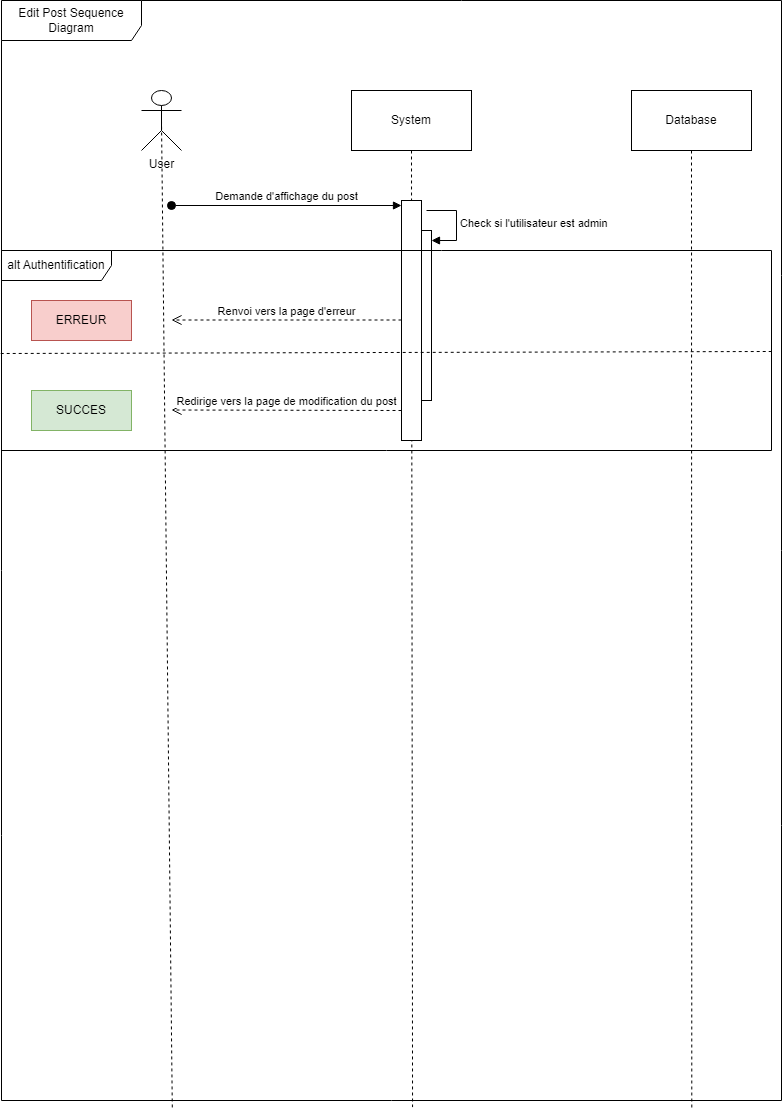
Above: diagrammes/Projet_5_CHASSELOUP_Axel_DDS_EditPostSequence.png in Axel92290/Projet_blog_php (draw.io), before the change. Source tidied: cells renumbered, new cells last; positions are measured from the earlier drawing's top-left corner, leaving out a move shared by most shapes.
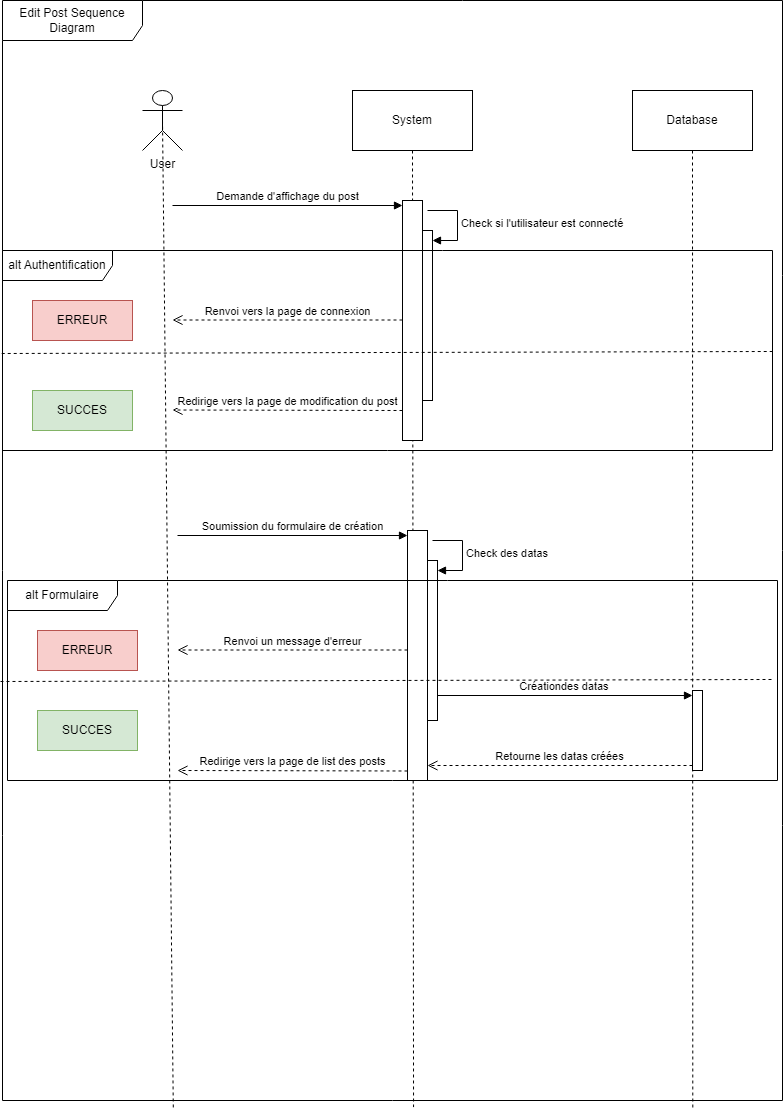
The same file after the commit.

The edit, as a diff of the source:
```diff
@@ -26,7 +26,7 @@
     <mxCell id="9" style="html=1;points=[[0,0,0,0,5],[0,1,0,0,-5],[1,0,0,0,5],[1,1,0,0,-5]];perimeter=orthogonalPerimeter;outlineConnect=0;targetShapes=umlLifeline;portConstraint=eastwest;newEdgeStyle={&quot;curved&quot;:0,&quot;rounded&quot;:0};" parent="1" vertex="1">
       <mxGeometry x="400" y="200" width="20" height="240" as="geometry" />
     </mxCell>
-    <mxCell id="10" value="Demande d'affichage du post" style="html=1;verticalAlign=bottom;startArrow=oval;endArrow=block;startSize=8;curved=0;rounded=0;entryX=0;entryY=0;entryDx=0;entryDy=5;" parent="1" edge="1" target="9">
+    <mxCell id="10" value="Demande d'affichage du post" style="html=1;verticalAlign=bottom;startArrow=none;endArrow=block;startSize=8;curved=0;rounded=0;entryX=0;entryY=0;entryDx=0;entryDy=5;startFill=0;" parent="1" edge="1" target="9">
       <mxGeometry relative="1" as="geometry">
         <mxPoint x="170" y="205" as="sourcePoint" />
       </mxGeometry>
@@ -34,7 +34,7 @@
     <mxCell id="11" style="html=1;points=[[0,0,0,0,5],[0,1,0,0,-5],[1,0,0,0,5],[1,1,0,0,-5]];perimeter=orthogonalPerimeter;outlineConnect=0;targetShapes=umlLifeline;portConstraint=eastwest;newEdgeStyle={&quot;curved&quot;:0,&quot;rounded&quot;:0};" parent="1" vertex="1">
       <mxGeometry x="420" y="230" width="10" height="170" as="geometry" />
     </mxCell>
-    <mxCell id="12" value="Check si l'utilisateur est admin" style="html=1;align=left;spacingLeft=2;endArrow=block;rounded=0;edgeStyle=orthogonalEdgeStyle;curved=0;rounded=0;" parent="1" edge="1" target="11">
+    <mxCell id="12" value="Check si l'utilisateur est connecté" style="html=1;align=left;spacingLeft=2;endArrow=block;rounded=0;edgeStyle=orthogonalEdgeStyle;curved=0;rounded=0;" parent="1" edge="1" target="11">
       <mxGeometry relative="1" as="geometry">
         <mxPoint x="425" y="210" as="sourcePoint" />
         <Array as="points">
@@ -54,7 +54,7 @@
     <mxCell id="16" value="SUCCES" style="rounded=0;whiteSpace=wrap;html=1;fillColor=#d5e8d4;strokeColor=#82b366;" parent="1" vertex="1">
       <mxGeometry x="30" y="390" width="100" height="40" as="geometry" />
     </mxCell>
-    <mxCell id="17" value="Renvoi vers la page d'erreur" style="html=1;verticalAlign=bottom;endArrow=open;dashed=1;endSize=8;curved=0;rounded=0;" parent="1" edge="1" source="9">
+    <mxCell id="17" value="Renvoi vers la page de connexion" style="html=1;verticalAlign=bottom;endArrow=open;dashed=1;endSize=8;curved=0;rounded=0;" parent="1" edge="1" source="9">
       <mxGeometry relative="1" as="geometry">
         <mxPoint x="170" y="319.5" as="targetPoint" />
       </mxGeometry>
@@ -65,5 +65,59 @@
         <mxPoint x="170" y="409.5" as="targetPoint" />
       </mxGeometry>
     </mxCell>
+    <mxCell id="19" style="html=1;points=[[0,0,0,0,5],[0,1,0,0,-5],[1,0,0,0,5],[1,1,0,0,-5]];perimeter=orthogonalPerimeter;outlineConnect=0;targetShapes=umlLifeline;portConstraint=eastwest;newEdgeStyle={&quot;curved&quot;:0,&quot;rounded&quot;:0};" parent="1" vertex="1">
+      <mxGeometry x="405" y="530" width="20" height="250" as="geometry" />
+    </mxCell>
+    <mxCell id="20" value="Soumission du formulaire de création" style="html=1;verticalAlign=bottom;startArrow=none;endArrow=block;startSize=8;curved=0;rounded=0;entryX=0;entryY=0;entryDx=0;entryDy=5;startFill=0;" parent="1" edge="1" target="19">
+      <mxGeometry relative="1" as="geometry">
+        <mxPoint x="175" y="535" as="sourcePoint" />
+      </mxGeometry>
+    </mxCell>
+    <mxCell id="21" style="html=1;points=[[0,0,0,0,5],[0,1,0,0,-5],[1,0,0,0,5],[1,1,0,0,-5]];perimeter=orthogonalPerimeter;outlineConnect=0;targetShapes=umlLifeline;portConstraint=eastwest;newEdgeStyle={&quot;curved&quot;:0,&quot;rounded&quot;:0};" parent="1" vertex="1">
+      <mxGeometry x="425" y="560" width="10" height="160" as="geometry" />
+    </mxCell>
+    <mxCell id="22" value="Check des datas" style="html=1;align=left;spacingLeft=2;endArrow=block;rounded=0;edgeStyle=orthogonalEdgeStyle;curved=0;rounded=0;" parent="1" edge="1" target="21">
+      <mxGeometry relative="1" as="geometry">
+        <mxPoint x="430" y="540" as="sourcePoint" />
+        <Array as="points">
+          <mxPoint x="460" y="570" />
+        </Array>
+      </mxGeometry>
+    </mxCell>
+    <mxCell id="23" value="alt Formulaire" style="shape=umlFrame;whiteSpace=wrap;html=1;width=110;height=30;" parent="1" vertex="1">
+      <mxGeometry x="5" y="580" width="770" height="200" as="geometry" />
+    </mxCell>
+    <mxCell id="24" value="ERREUR" style="rounded=0;whiteSpace=wrap;html=1;fillColor=#f8cecc;strokeColor=#b85450;" parent="1" vertex="1">
+      <mxGeometry x="35" y="630" width="100" height="40" as="geometry" />
+    </mxCell>
+    <mxCell id="25" value="SUCCES" style="rounded=0;whiteSpace=wrap;html=1;fillColor=#d5e8d4;strokeColor=#82b366;" parent="1" vertex="1">
+      <mxGeometry x="35" y="710" width="100" height="40" as="geometry" />
+    </mxCell>
+    <mxCell id="26" value="Renvoi un message d'erreur" style="html=1;verticalAlign=bottom;endArrow=open;dashed=1;endSize=8;curved=0;rounded=0;" parent="1" edge="1" source="19">
+      <mxGeometry relative="1" as="geometry">
+        <mxPoint x="175" y="649.5" as="targetPoint" />
+      </mxGeometry>
+    </mxCell>
+    <mxCell id="27" value="Redirige vers la page de list des posts&lt;br&gt;" style="html=1;verticalAlign=bottom;endArrow=open;dashed=1;endSize=8;curved=0;rounded=0;" parent="1" edge="1">
+      <mxGeometry relative="1" as="geometry">
+        <mxPoint x="405" y="770.5" as="sourcePoint" />
+        <mxPoint x="175" y="770" as="targetPoint" />
+      </mxGeometry>
+    </mxCell>
+    <mxCell id="28" style="html=1;points=[[0,0,0,0,5],[0,1,0,0,-5],[1,0,0,0,5],[1,1,0,0,-5]];perimeter=orthogonalPerimeter;outlineConnect=0;targetShapes=umlLifeline;portConstraint=eastwest;newEdgeStyle={&quot;curved&quot;:0,&quot;rounded&quot;:0};" parent="1" vertex="1">
+      <mxGeometry x="690" y="690" width="10" height="80" as="geometry" />
+    </mxCell>
+    <mxCell id="29" value="Créationdes datas&amp;nbsp;" style="html=1;verticalAlign=bottom;endArrow=block;curved=0;rounded=0;entryX=0;entryY=0;entryDx=0;entryDy=5;" parent="1" edge="1" source="21" target="28">
+      <mxGeometry relative="1" as="geometry" />
+    </mxCell>
+    <mxCell id="30" value="Retourne les datas créées" style="html=1;verticalAlign=bottom;endArrow=open;dashed=1;endSize=8;curved=0;rounded=0;exitX=0;exitY=1;exitDx=0;exitDy=-5;" parent="1" edge="1" source="28" target="19">
+      <mxGeometry relative="1" as="geometry" />
+    </mxCell>
+    <mxCell id="31" style="endArrow=none;dashed=1;html=1;rounded=0;exitX=-0.001;exitY=0.515;exitDx=0;exitDy=0;exitPerimeter=0;entryX=1;entryY=0.505;entryDx=0;entryDy=0;entryPerimeter=0;" parent="1" edge="1">
+      <mxGeometry relative="1" as="geometry">
+        <mxPoint x="-2" y="681" as="sourcePoint" />
+        <mxPoint x="769" y="679" as="targetPoint" />
+      </mxGeometry>
+    </mxCell>
   </root>
 </mxGraphModel>
```
